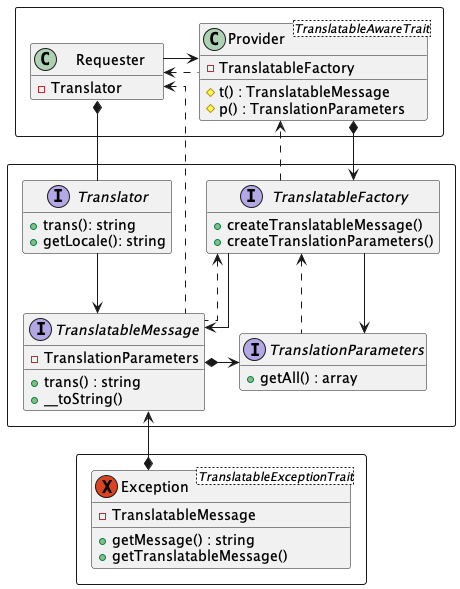
This is docs/translation/detail.png from php-tuf/composer-stager, a PlantUML export, as it was before one commit. Its source is kept beside it as docs/translation/detail.puml.
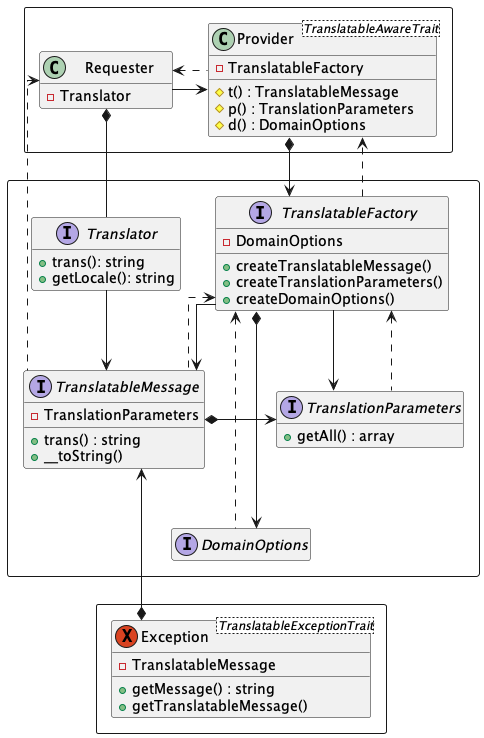
Above is the later version.

The edit, as a diff of the source:
```diff
@@ -13,6 +13,7 @@
         -TranslatableFactory
         #t() : TranslatableMessage
         #p() : TranslationParameters
+        #d() : DomainOptions
     }
 
 }
@@ -20,8 +21,10 @@
 rectangle {
 
     interface TranslatableFactory {
+        -DomainOptions
         +createTranslatableMessage()
         +createTranslationParameters()
+        +createDomainOptions()
     }
 
     interface TranslatableMessage {
@@ -37,6 +40,9 @@
     interface Translator {
         +trans(): string
         +getLocale(): string
+    }
+
+    interface DomainOptions {
     }
 
 }
@@ -57,6 +63,8 @@
 TranslatableFactory ..> Provider
 TranslatableFactory -down-> TranslationParameters
 TranslationParameters .up.> TranslatableFactory
+DomainOptions ..up.> TranslatableFactory
+TranslatableFactory *-down-> DomainOptions
 TranslatableFactory <.down. TranslatableMessage
 TranslatableMessage <-up- TranslatableFactory
 TranslationParameters <-right-* TranslatableMessage
@@ -66,6 +74,9 @@
 TranslatableMessage .up.> Requester
 
 Exception *-up-> TranslatableMessage
-Exception -[hidden]- TranslationParameters
+
+Exception -up[hidden]- DomainOptions
+Exception -up[hidden]- DomainOptions
+
 
 @enduml
```
